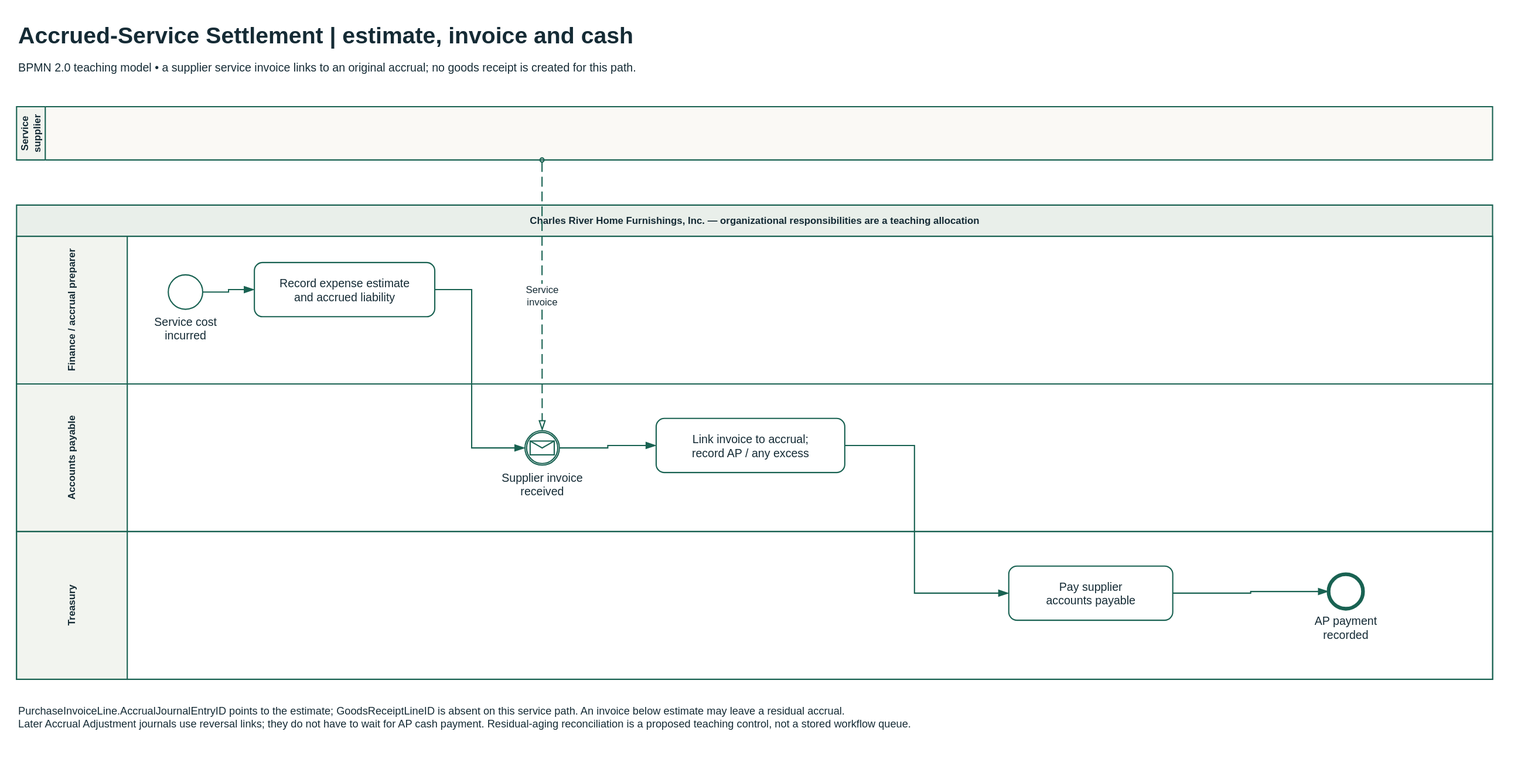
Before: static/diagrams/bpmn/accrual-settlement.svg, a diagram exported from draw.io (mmcodesso/CharlesRiver_Database). Source tidied: cells renumbered, new cells last; positions are measured from the earlier drawing's top-left corner, leaving out a move shared by most shapes. The source it was exported from:
```xml
<mxGraphModel background="#FFFFFF">
  <root>
    <mxCell id="0" />
    <mxCell id="1" parent="0" />
    <mxCell id="2" value="Accrued-Service Settlement | estimate, invoice and cash" style="html=0;fontFamily=Arial;fontSize=14;fontColor=#152b35;strokeColor=#196252;strokeWidth=1.5;fillColor=#FFFFFF;whiteSpace=wrap;text;strokeColor=none;fillColor=none;fontSize=28;align=left;fontStyle=1;" parent="1" vertex="1">
      <mxGeometry width="1800" height="40" as="geometry" />
    </mxCell>
    <mxCell id="3" value="BPMN 2.0 teaching model • a supplier service invoice links to an original accrual; no goods receipt is created for this path." style="html=0;fontFamily=Arial;fontSize=14;fontColor=#152b35;strokeColor=#196252;strokeWidth=1.5;fillColor=#FFFFFF;whiteSpace=wrap;text;strokeColor=none;fillColor=none;fontSize=14;align=left;" parent="1" vertex="1">
      <mxGeometry y="47" width="1800" height="34" as="geometry" />
    </mxCell>
    <mxCell id="4" value="Charles River Home Furnishings, Inc. — organizational responsibilities are a teaching allocation" style="html=0;fontFamily=Arial;fontSize=14;fontColor=#152b35;strokeColor=#196252;strokeWidth=1.5;fillColor=#FFFFFF;whiteSpace=wrap;swimlane;horizontal=1;startSize=38;fontStyle=1;fillColor=#E9EFEA;swimlaneFillColor=#FFFFFF;" parent="1" vertex="1">
      <mxGeometry y="230" width="1800" height="578" as="geometry" />
    </mxCell>
    <mxCell id="5" value="Finance / accrual preparer" style="html=0;fontFamily=Arial;fontSize=14;fontColor=#152b35;strokeColor=#196252;strokeWidth=1.5;fillColor=#FFFFFF;whiteSpace=wrap;swimlane;horizontal=0;startSize=135;fontStyle=1;fillColor=#F2F4EF;swimlaneFillColor=#FFFFFF;" parent="4" vertex="1">
      <mxGeometry y="38" width="1800" height="180" as="geometry" />
    </mxCell>
    <mxCell id="6" value="Service cost&#10;incurred" style="html=0;fontFamily=Arial;fontSize=14;fontColor=#152b35;strokeColor=#196252;strokeWidth=1.5;fillColor=#FFFFFF;whiteSpace=wrap;shape=mxgraph.bpmn.event;outline=standard;symbol=general;perimeter=ellipsePerimeter;verticalLabelPosition=bottom;verticalAlign=top;labelBackgroundColor=#FFFFFF;labelWidth=140;" parent="5" vertex="1">
      <mxGeometry x="185" y="47" width="42" height="42" as="geometry" />
    </mxCell>
    <mxCell id="7" value="Record expense estimate&#10;and accrued liability" style="html=0;fontFamily=Arial;fontSize=14;fontColor=#152b35;strokeColor=#196252;strokeWidth=1.5;fillColor=#FFFFFF;whiteSpace=wrap;shape=mxgraph.bpmn.task2;rectStyle=rounded;size=10;taskMarker=abstract;" parent="5" vertex="1">
      <mxGeometry x="290" y="32" width="220" height="66" as="geometry" />
    </mxCell>
    <mxCell id="8" value="Accounts payable" style="html=0;fontFamily=Arial;fontSize=14;fontColor=#152b35;strokeColor=#196252;strokeWidth=1.5;fillColor=#FFFFFF;whiteSpace=wrap;swimlane;horizontal=0;startSize=135;fontStyle=1;fillColor=#F2F4EF;swimlaneFillColor=#FFFFFF;" parent="4" vertex="1">
      <mxGeometry y="218" width="1800" height="180" as="geometry" />
    </mxCell>
    <mxCell id="9" value="Supplier invoice&#10;received" style="html=0;fontFamily=Arial;fontSize=14;fontColor=#152b35;strokeColor=#196252;strokeWidth=1.5;fillColor=#FFFFFF;whiteSpace=wrap;shape=mxgraph.bpmn.event;outline=catching;symbol=message;perimeter=ellipsePerimeter;verticalLabelPosition=bottom;verticalAlign=top;labelBackgroundColor=#FFFFFF;labelWidth=140;" parent="8" vertex="1">
      <mxGeometry x="620" y="57" width="42" height="42" as="geometry" />
    </mxCell>
    <mxCell id="10" value="Link invoice to accrual;&#10;record AP / any excess" style="html=0;fontFamily=Arial;fontSize=14;fontColor=#152b35;strokeColor=#196252;strokeWidth=1.5;fillColor=#FFFFFF;whiteSpace=wrap;shape=mxgraph.bpmn.task2;rectStyle=rounded;size=10;taskMarker=abstract;" parent="8" vertex="1">
      <mxGeometry x="780" y="42" width="230" height="66" as="geometry" />
    </mxCell>
    <mxCell id="11" value="Treasury" style="html=0;fontFamily=Arial;fontSize=14;fontColor=#152b35;strokeColor=#196252;strokeWidth=1.5;fillColor=#FFFFFF;whiteSpace=wrap;swimlane;horizontal=0;startSize=135;fontStyle=1;fillColor=#F2F4EF;swimlaneFillColor=#FFFFFF;" parent="4" vertex="1">
      <mxGeometry y="398" width="1800" height="180" as="geometry" />
    </mxCell>
    <mxCell id="12" value="Pay supplier&#10;accounts payable" style="html=0;fontFamily=Arial;fontSize=14;fontColor=#152b35;strokeColor=#196252;strokeWidth=1.5;fillColor=#FFFFFF;whiteSpace=wrap;shape=mxgraph.bpmn.task2;rectStyle=rounded;size=10;taskMarker=abstract;" parent="11" vertex="1">
      <mxGeometry x="1210" y="42" width="200" height="66" as="geometry" />
    </mxCell>
    <mxCell id="13" value="AP payment&#10;recorded" style="html=0;fontFamily=Arial;fontSize=14;fontColor=#152b35;strokeColor=#196252;strokeWidth=1.5;fillColor=#FFFFFF;whiteSpace=wrap;shape=mxgraph.bpmn.event;outline=end;symbol=general;perimeter=ellipsePerimeter;verticalLabelPosition=bottom;verticalAlign=top;labelBackgroundColor=#FFFFFF;labelWidth=140;" parent="11" vertex="1">
      <mxGeometry x="1600" y="52" width="42" height="42" as="geometry" />
    </mxCell>
    <mxCell id="14" value="Service supplier" style="html=0;fontFamily=Arial;fontSize=14;fontColor=#152b35;strokeColor=#196252;strokeWidth=1.5;fillColor=#FFFFFF;whiteSpace=wrap;swimlane;horizontal=0;startSize=35;fillColor=#F2F4EF;swimlaneFillColor=#FAF9F5;" parent="1" vertex="1">
      <mxGeometry y="110" width="1800" height="65" as="geometry" />
    </mxCell>
    <mxCell id="15" style="html=0;fontFamily=Arial;fontSize=14;fontColor=#152b35;strokeColor=#196252;strokeWidth=1.5;fillColor=#FFFFFF;whiteSpace=wrap;edgeStyle=orthogonalEdgeStyle;rounded=0;jettySize=15;fontSize=12;labelBackgroundColor=#FFFFFF;startArrow=none;endArrow=blockThin;endFill=1;endSize=9;" parent="1" edge="1" source="6" target="7">
      <mxGeometry relative="1" as="geometry" />
    </mxCell>
    <mxCell id="16" style="html=0;fontFamily=Arial;fontSize=14;fontColor=#152b35;strokeColor=#196252;strokeWidth=1.5;fillColor=#FFFFFF;whiteSpace=wrap;edgeStyle=orthogonalEdgeStyle;rounded=0;jettySize=15;fontSize=12;labelBackgroundColor=#FFFFFF;startArrow=none;endArrow=blockThin;endFill=1;endSize=9;" parent="1" edge="1" source="7" target="9">
      <mxGeometry relative="1" as="geometry">
        <Array as="points">
          <mxPoint x="555" y="333" />
          <mxPoint x="555" y="526" />
        </Array>
      </mxGeometry>
    </mxCell>
    <mxCell id="17" style="html=0;fontFamily=Arial;fontSize=14;fontColor=#152b35;strokeColor=#196252;strokeWidth=1.5;fillColor=#FFFFFF;whiteSpace=wrap;edgeStyle=orthogonalEdgeStyle;rounded=0;jettySize=15;fontSize=12;labelBackgroundColor=#FFFFFF;startArrow=none;endArrow=blockThin;endFill=1;endSize=9;" parent="1" edge="1" source="9" target="10">
      <mxGeometry relative="1" as="geometry" />
    </mxCell>
    <mxCell id="18" style="html=0;fontFamily=Arial;fontSize=14;fontColor=#152b35;strokeColor=#196252;strokeWidth=1.5;fillColor=#FFFFFF;whiteSpace=wrap;edgeStyle=orthogonalEdgeStyle;rounded=0;jettySize=15;fontSize=12;labelBackgroundColor=#FFFFFF;startArrow=none;endArrow=blockThin;endFill=1;endSize=9;" parent="1" edge="1" source="10" target="12">
      <mxGeometry relative="1" as="geometry">
        <Array as="points">
          <mxPoint x="1095" y="523" />
          <mxPoint x="1095" y="703" />
        </Array>
      </mxGeometry>
    </mxCell>
    <mxCell id="19" style="html=0;fontFamily=Arial;fontSize=14;fontColor=#152b35;strokeColor=#196252;strokeWidth=1.5;fillColor=#FFFFFF;whiteSpace=wrap;edgeStyle=orthogonalEdgeStyle;rounded=0;jettySize=15;fontSize=12;labelBackgroundColor=#FFFFFF;startArrow=none;endArrow=blockThin;endFill=1;endSize=9;" parent="1" edge="1" source="12" target="13">
      <mxGeometry relative="1" as="geometry" />
    </mxCell>
    <mxCell id="20" value="Service invoice" style="html=0;fontFamily=Arial;fontSize=14;fontColor=#152b35;strokeColor=#196252;strokeWidth=1.5;fillColor=#FFFFFF;whiteSpace=wrap;edgeStyle=orthogonalEdgeStyle;rounded=0;jettySize=15;fontSize=12;labelBackgroundColor=#FFFFFF;dashed=1;dashPattern=8 4;startArrow=oval;startFill=0;startSize=5;endArrow=blockThin;endFill=0;endSize=9;exitX=0.356;exitY=1;entryX=0.5;entryY=0;" parent="1" edge="1" source="14" target="9">
      <mxGeometry relative="1" as="geometry" />
    </mxCell>
    <mxCell id="21" value="PurchaseInvoiceLine.AccrualJournalEntryID points to the estimate; GoodsReceiptLineID is absent on this service path. An invoice below estimate may leave a residual accrual.&#10;Later Accrual Adjustment journals use reversal links; they do not have to wait for AP cash payment. Residual-aging reconciliation is a proposed teaching control, not a stored workflow queue." style="html=0;fontFamily=Arial;fontSize=14;fontColor=#152b35;strokeColor=#196252;strokeWidth=1.5;fillColor=#FFFFFF;whiteSpace=wrap;text;strokeColor=none;fillColor=none;fontSize=13;align=left;" parent="1" vertex="1">
      <mxGeometry y="832" width="1800" height="48" as="geometry" />
    </mxCell>
  </root>
</mxGraphModel>
```
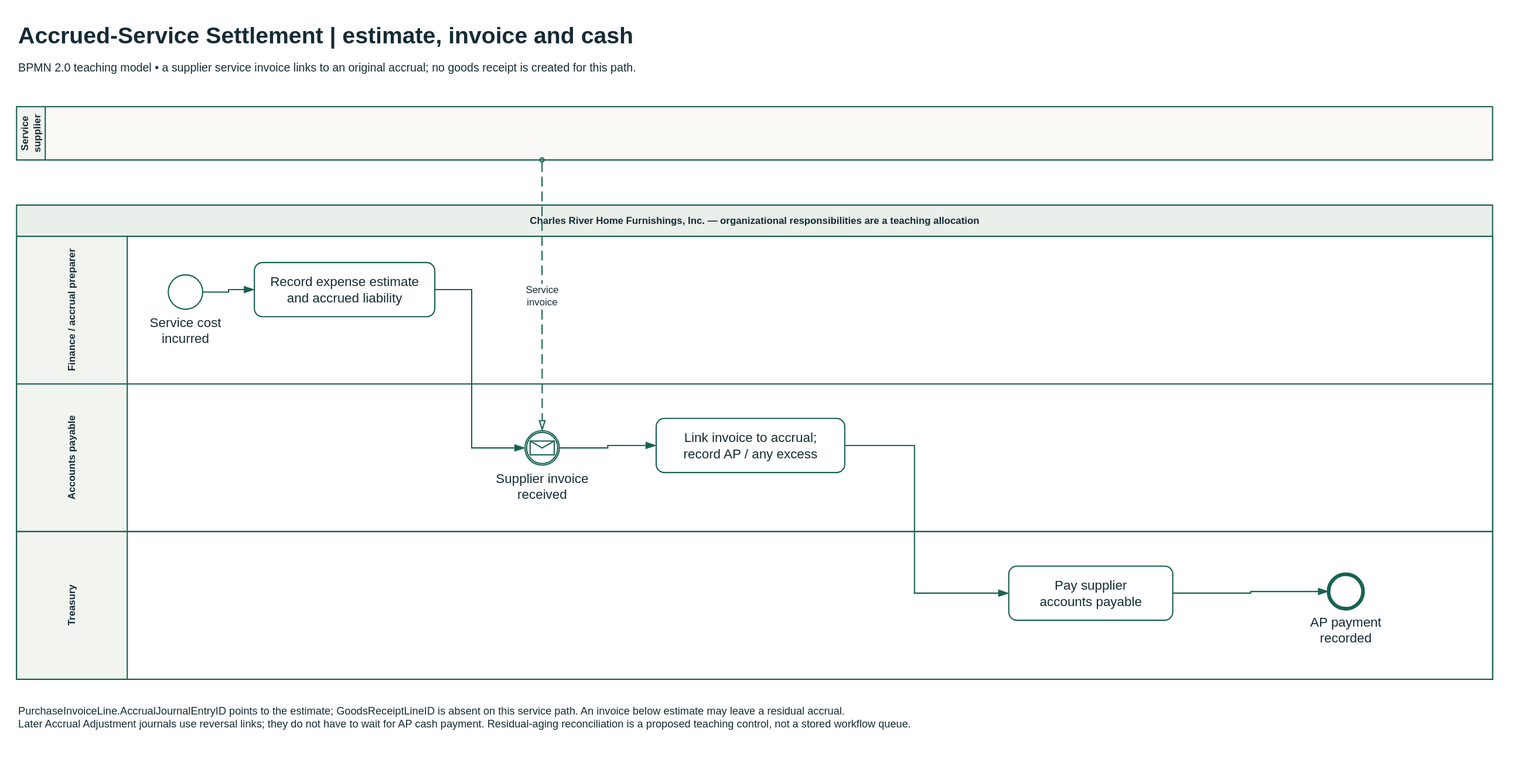
After the change.

What changed in the source:
```diff
@@ -14,28 +14,28 @@
     <mxCell id="5" value="Finance / accrual preparer" style="html=0;fontFamily=Arial;fontSize=14;fontColor=#152b35;strokeColor=#196252;strokeWidth=1.5;fillColor=#FFFFFF;whiteSpace=wrap;swimlane;horizontal=0;startSize=135;fontStyle=1;fillColor=#F2F4EF;swimlaneFillColor=#FFFFFF;" parent="4" vertex="1">
       <mxGeometry y="38" width="1800" height="180" as="geometry" />
     </mxCell>
-    <mxCell id="6" value="Service cost&#10;incurred" style="html=0;fontFamily=Arial;fontSize=14;fontColor=#152b35;strokeColor=#196252;strokeWidth=1.5;fillColor=#FFFFFF;whiteSpace=wrap;shape=mxgraph.bpmn.event;outline=standard;symbol=general;perimeter=ellipsePerimeter;verticalLabelPosition=bottom;verticalAlign=top;labelBackgroundColor=#FFFFFF;labelWidth=140;" parent="5" vertex="1">
+    <mxCell id="6" value="Service cost&#10;incurred" style="html=0;fontFamily=Arial;fontColor=#152b35;strokeColor=#196252;strokeWidth=1.5;fillColor=#FFFFFF;whiteSpace=wrap;shape=mxgraph.bpmn.event;outline=standard;symbol=general;perimeter=ellipsePerimeter;verticalLabelPosition=bottom;verticalAlign=top;labelBackgroundColor=#FFFFFF;labelWidth=140;fontSize=16;" parent="5" vertex="1">
       <mxGeometry x="185" y="47" width="42" height="42" as="geometry" />
     </mxCell>
-    <mxCell id="7" value="Record expense estimate&#10;and accrued liability" style="html=0;fontFamily=Arial;fontSize=14;fontColor=#152b35;strokeColor=#196252;strokeWidth=1.5;fillColor=#FFFFFF;whiteSpace=wrap;shape=mxgraph.bpmn.task2;rectStyle=rounded;size=10;taskMarker=abstract;" parent="5" vertex="1">
+    <mxCell id="7" value="Record expense estimate&#10;and accrued liability" style="html=0;fontFamily=Arial;fontColor=#152b35;strokeColor=#196252;strokeWidth=1.5;fillColor=#FFFFFF;whiteSpace=wrap;shape=mxgraph.bpmn.task2;rectStyle=rounded;size=10;taskMarker=abstract;fontSize=16;" parent="5" vertex="1">
       <mxGeometry x="290" y="32" width="220" height="66" as="geometry" />
     </mxCell>
     <mxCell id="8" value="Accounts payable" style="html=0;fontFamily=Arial;fontSize=14;fontColor=#152b35;strokeColor=#196252;strokeWidth=1.5;fillColor=#FFFFFF;whiteSpace=wrap;swimlane;horizontal=0;startSize=135;fontStyle=1;fillColor=#F2F4EF;swimlaneFillColor=#FFFFFF;" parent="4" vertex="1">
       <mxGeometry y="218" width="1800" height="180" as="geometry" />
     </mxCell>
-    <mxCell id="9" value="Supplier invoice&#10;received" style="html=0;fontFamily=Arial;fontSize=14;fontColor=#152b35;strokeColor=#196252;strokeWidth=1.5;fillColor=#FFFFFF;whiteSpace=wrap;shape=mxgraph.bpmn.event;outline=catching;symbol=message;perimeter=ellipsePerimeter;verticalLabelPosition=bottom;verticalAlign=top;labelBackgroundColor=#FFFFFF;labelWidth=140;" parent="8" vertex="1">
+    <mxCell id="9" value="Supplier invoice&#10;received" style="html=0;fontFamily=Arial;fontColor=#152b35;strokeColor=#196252;strokeWidth=1.5;fillColor=#FFFFFF;whiteSpace=wrap;shape=mxgraph.bpmn.event;outline=catching;symbol=message;perimeter=ellipsePerimeter;verticalLabelPosition=bottom;verticalAlign=top;labelBackgroundColor=#FFFFFF;labelWidth=140;fontSize=16;" parent="8" vertex="1">
       <mxGeometry x="620" y="57" width="42" height="42" as="geometry" />
     </mxCell>
-    <mxCell id="10" value="Link invoice to accrual;&#10;record AP / any excess" style="html=0;fontFamily=Arial;fontSize=14;fontColor=#152b35;strokeColor=#196252;strokeWidth=1.5;fillColor=#FFFFFF;whiteSpace=wrap;shape=mxgraph.bpmn.task2;rectStyle=rounded;size=10;taskMarker=abstract;" parent="8" vertex="1">
+    <mxCell id="10" value="Link invoice to accrual;&#10;record AP / any excess" style="html=0;fontFamily=Arial;fontColor=#152b35;strokeColor=#196252;strokeWidth=1.5;fillColor=#FFFFFF;whiteSpace=wrap;shape=mxgraph.bpmn.task2;rectStyle=rounded;size=10;taskMarker=abstract;fontSize=16;" parent="8" vertex="1">
       <mxGeometry x="780" y="42" width="230" height="66" as="geometry" />
     </mxCell>
     <mxCell id="11" value="Treasury" style="html=0;fontFamily=Arial;fontSize=14;fontColor=#152b35;strokeColor=#196252;strokeWidth=1.5;fillColor=#FFFFFF;whiteSpace=wrap;swimlane;horizontal=0;startSize=135;fontStyle=1;fillColor=#F2F4EF;swimlaneFillColor=#FFFFFF;" parent="4" vertex="1">
       <mxGeometry y="398" width="1800" height="180" as="geometry" />
     </mxCell>
-    <mxCell id="12" value="Pay supplier&#10;accounts payable" style="html=0;fontFamily=Arial;fontSize=14;fontColor=#152b35;strokeColor=#196252;strokeWidth=1.5;fillColor=#FFFFFF;whiteSpace=wrap;shape=mxgraph.bpmn.task2;rectStyle=rounded;size=10;taskMarker=abstract;" parent="11" vertex="1">
+    <mxCell id="12" value="Pay supplier&#10;accounts payable" style="html=0;fontFamily=Arial;fontColor=#152b35;strokeColor=#196252;strokeWidth=1.5;fillColor=#FFFFFF;whiteSpace=wrap;shape=mxgraph.bpmn.task2;rectStyle=rounded;size=10;taskMarker=abstract;fontSize=16;" parent="11" vertex="1">
       <mxGeometry x="1210" y="42" width="200" height="66" as="geometry" />
     </mxCell>
-    <mxCell id="13" value="AP payment&#10;recorded" style="html=0;fontFamily=Arial;fontSize=14;fontColor=#152b35;strokeColor=#196252;strokeWidth=1.5;fillColor=#FFFFFF;whiteSpace=wrap;shape=mxgraph.bpmn.event;outline=end;symbol=general;perimeter=ellipsePerimeter;verticalLabelPosition=bottom;verticalAlign=top;labelBackgroundColor=#FFFFFF;labelWidth=140;" parent="11" vertex="1">
+    <mxCell id="13" value="AP payment&#10;recorded" style="html=0;fontFamily=Arial;fontColor=#152b35;strokeColor=#196252;strokeWidth=1.5;fillColor=#FFFFFF;whiteSpace=wrap;shape=mxgraph.bpmn.event;outline=end;symbol=general;perimeter=ellipsePerimeter;verticalLabelPosition=bottom;verticalAlign=top;labelBackgroundColor=#FFFFFF;labelWidth=140;fontSize=16;" parent="11" vertex="1">
       <mxGeometry x="1600" y="52" width="42" height="42" as="geometry" />
     </mxCell>
     <mxCell id="14" value="Service supplier" style="html=0;fontFamily=Arial;fontSize=14;fontColor=#152b35;strokeColor=#196252;strokeWidth=1.5;fillColor=#FFFFFF;whiteSpace=wrap;swimlane;horizontal=0;startSize=35;fillColor=#F2F4EF;swimlaneFillColor=#FAF9F5;" parent="1" vertex="1">
```
